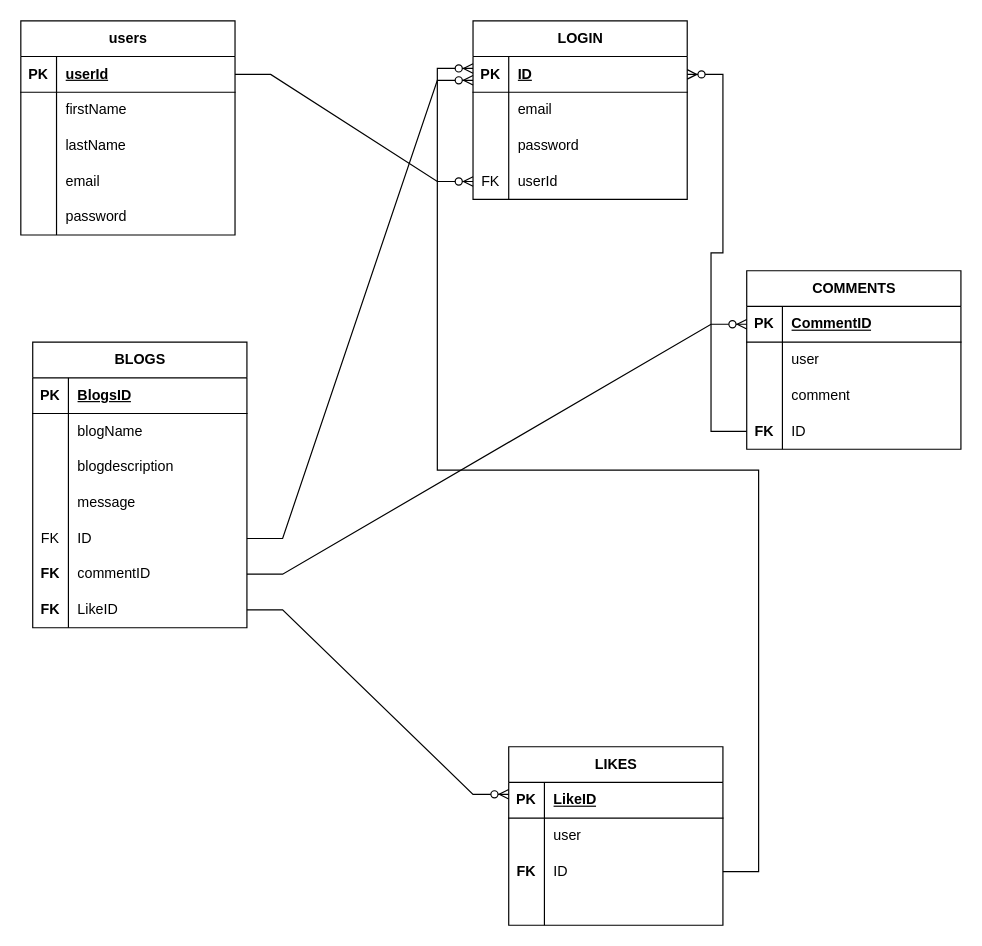
Before: my_brand.drawio in Franklin-pro/branding, a draw.io diagram. Source tidied: cells renumbered, new cells numbered last; positions are measured from the earlier drawing's top-left corner, leaving out a move shared by most shapes. Both pictures are drawn from the tidied source at 119%, with x=0, y=0 at pixel (20, -27).
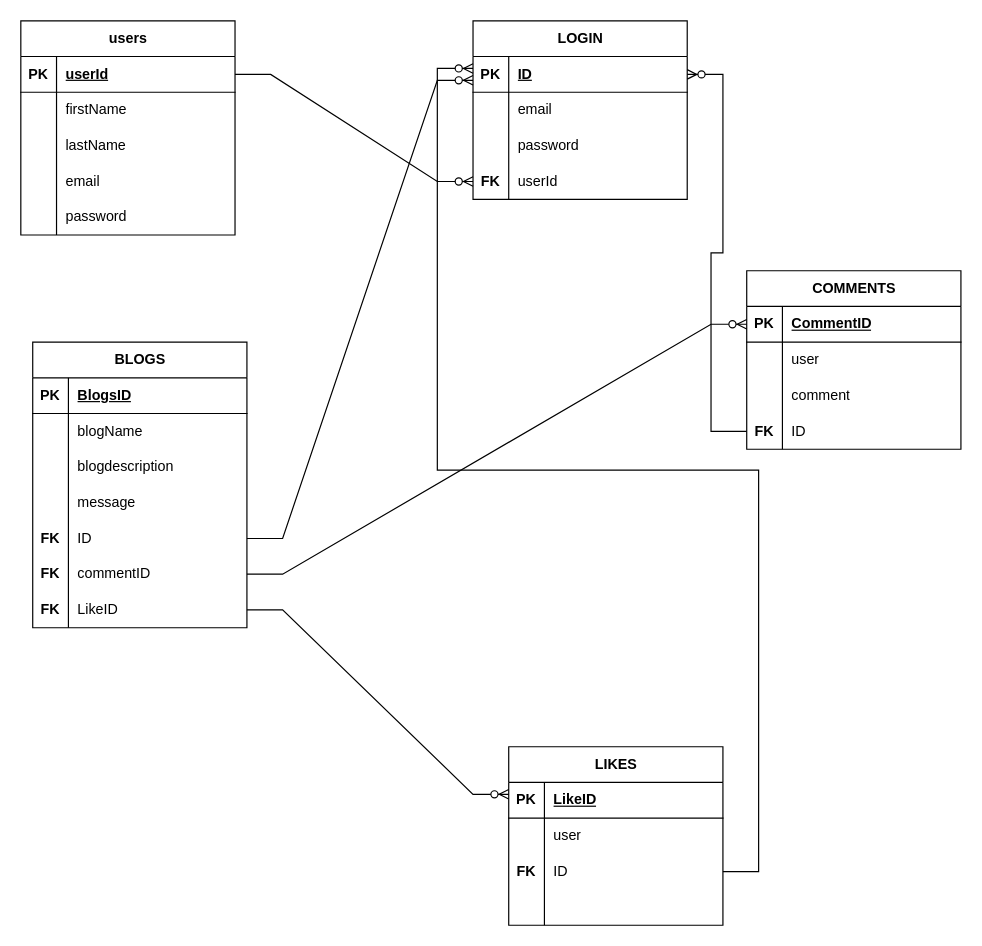
The same page after the edit.

The change refers to these unchanged cells:
```xml
<mxCell id="28" style="shape=tableRow;horizontal=0;startSize=0;swimlaneHead=0;swimlaneBody=0;fillColor=none;points=[[0,0.5],[1,0.5]];portConstraint=eastwest;top=0;left=0;right=0;bottom=0;" parent="18" vertex="1">
  <mxGeometry y="120" width="180" height="30" as="geometry" />
</mxCell>
<mxCell id="45" style="shape=tableRow;horizontal=0;startSize=0;swimlaneHead=0;swimlaneBody=0;fillColor=none;points=[[0,0.5],[1,0.5]];portConstraint=eastwest;top=0;left=0;right=0;bottom=0;" parent="32" vertex="1">
  <mxGeometry y="150" width="180" height="30" as="geometry" />
</mxCell>
```

Change to the diagram source:
```diff
@@
-    <mxCell id="29" value="FK" style="shape=partialRectangle;fillColor=none;top=0;left=0;bottom=0;right=0;overflow=hidden;whiteSpace=wrap;html=1;" parent="28" vertex="1">
+    <mxCell id="29" value="&lt;b&gt;FK&lt;/b&gt;" style="shape=partialRectangle;fillColor=none;top=0;left=0;bottom=0;right=0;overflow=hidden;whiteSpace=wrap;html=1;" parent="28" vertex="1">
       <mxGeometry width="30" height="30" as="geometry" />
     </mxCell>
@@
-    <mxCell id="46" value="FK" style="shape=partialRectangle;fillColor=none;top=0;left=0;bottom=0;right=0;overflow=hidden;whiteSpace=wrap;html=1;" parent="45" vertex="1">
+    <mxCell id="46" value="&lt;b&gt;FK&lt;/b&gt;" style="shape=partialRectangle;fillColor=none;top=0;left=0;bottom=0;right=0;overflow=hidden;whiteSpace=wrap;html=1;" parent="45" vertex="1">
       <mxGeometry width="30" height="30" as="geometry" />
     </mxCell>
```
